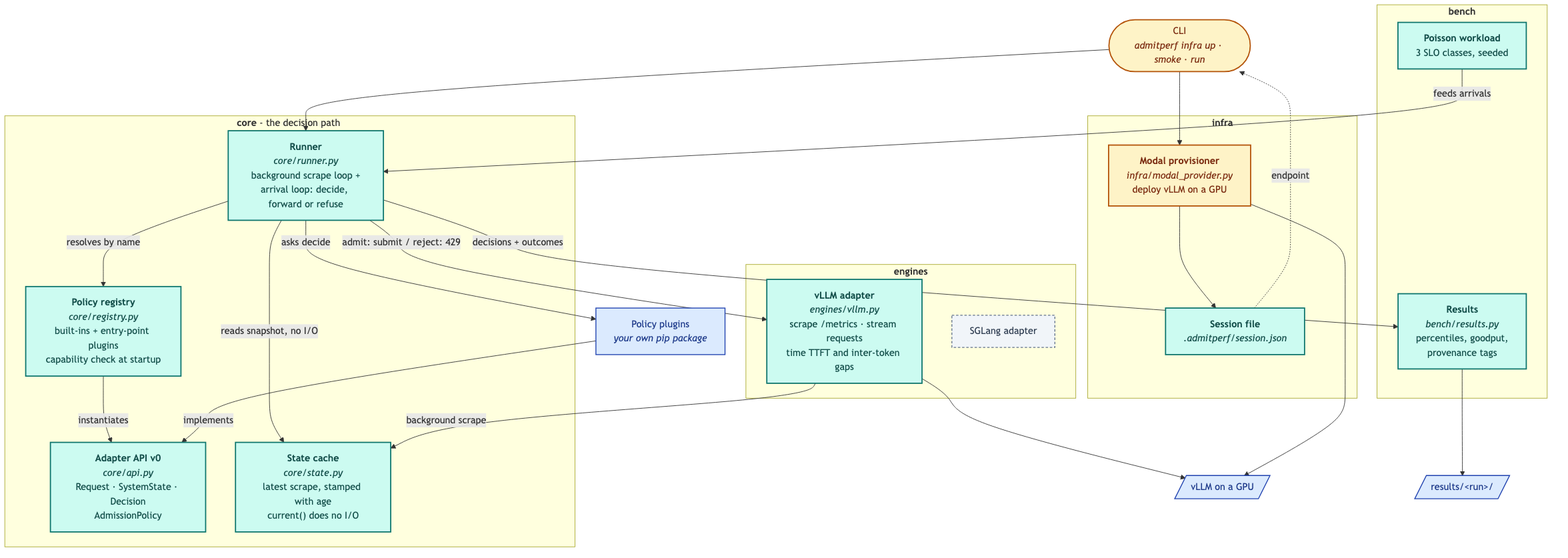
Above: docs/architecture/03-component.png in harshuljain13/AdmitPerf (Mermaid), before the change. Its source is kept beside it as docs/architecture/03-component.mmd.
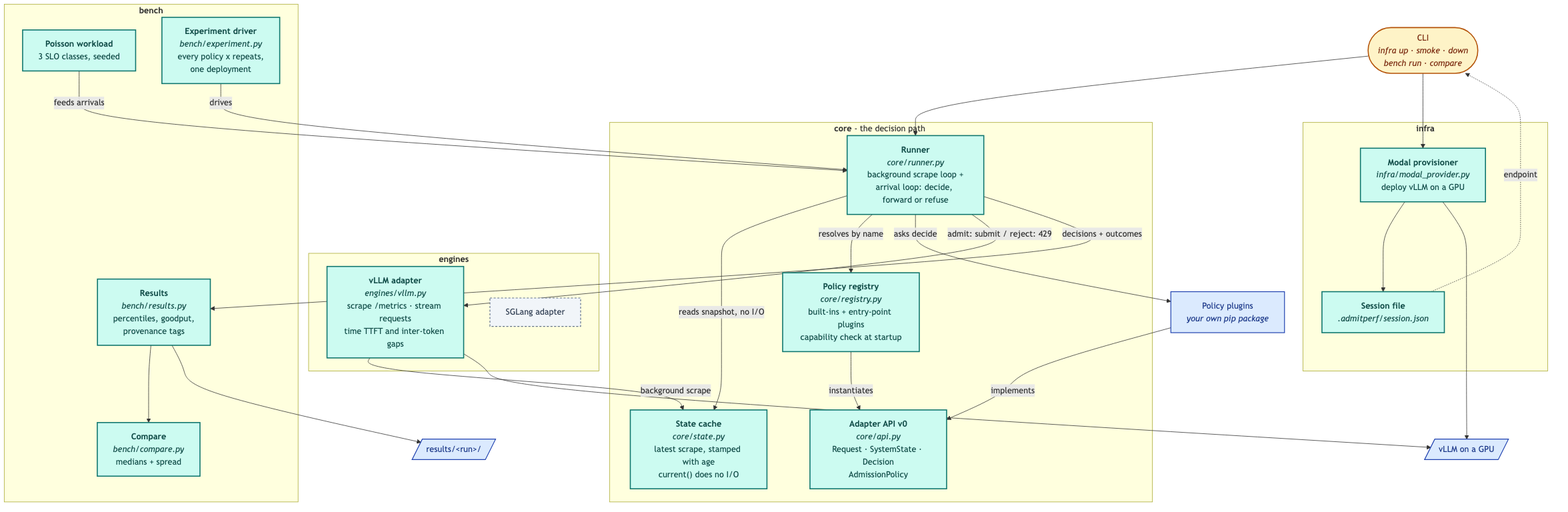
After the change.

What changed in the source:
```diff
@@ -1,6 +1,6 @@
 flowchart TB
 
-  cli(["CLI<br/><i>admitperf infra up · smoke · run</i>"])
+  cli(["CLI<br/><i>infra up · smoke · down</i><br/><i>bench run · compare</i>"])
 
   subgraph CORE["<b>core</b> - the decision path (stdlib + click)"]
     direction TB
@@ -26,6 +26,8 @@
 
   subgraph BENCH["<b>bench</b>"]
     workloads["<b>Poisson workload</b><br/>3 SLO classes, seeded"]
+    experiment["<b>Experiment driver</b><br/><i>bench/experiment.py</i><br/>every policy x repeats,<br/>one deployment"]
+    compare["<b>Compare</b><br/><i>bench/compare.py</i><br/>medians + spread"]
     results["<b>Results</b><br/><i>bench/results.py</i><br/>percentiles, goodput,<br/>provenance tags"]
   end
 
@@ -47,7 +49,9 @@
   vllm -- "background scrape" --> stateCache
   vllm --> fleet
   modal --> fleet
+  experiment -- "drives" --> runner
   workloads -- "feeds arrivals" --> runner
+  results --> compare
   runner -- "decisions + outcomes" --> results
   results --> disk
 
@@ -57,8 +61,7 @@
   classDef external fill:#dbeafe,stroke:#1e40af,color:#1e3a8a,stroke-width:1.5px
   classDef entry fill:#fef3c7,stroke:#b45309,color:#7c2d12,stroke-width:2px
 
-  class api,registry,runner,stateCache,vllm,workloads,results,session built
-  class modal unproven
+  class api,registry,runner,stateCache,vllm,workloads,results,session,experiment,compare,modal built
   class sglang planned
   class plugins,fleet,disk external
   class cli entry
```
